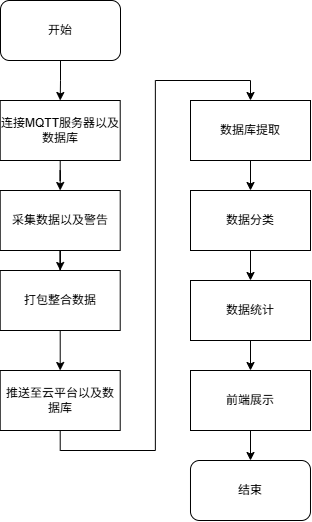
The draw.io diagram 系统上行.drawio.png in niusama2/papper_chart, before a commit. Source tidied: cells renumbered, new cells last; positions are measured from the earlier drawing's top-left corner, leaving out a move shared by most shapes. Source of this version:
```xml
<mxGraphModel background="#ffffff">
  <root>
    <mxCell id="0" />
    <mxCell id="1" parent="0" />
    <mxCell id="2" style="edgeStyle=orthogonalEdgeStyle;rounded=0;jettySize=auto;html=1;exitX=0.5;exitY=1;exitDx=0;exitDy=0;" parent="1" edge="1" source="3" target="5">
      <mxGeometry relative="1" as="geometry" />
    </mxCell>
    <mxCell id="3" value="开始" style="rounded=1;whiteSpace=wrap;html=1;" parent="1" vertex="1">
      <mxGeometry width="120" height="60" as="geometry" />
    </mxCell>
    <mxCell id="4" style="edgeStyle=orthogonalEdgeStyle;rounded=0;jettySize=auto;html=1;exitX=0.5;exitY=1;exitDx=0;exitDy=0;" parent="1" edge="1" source="5" target="7">
      <mxGeometry relative="1" as="geometry" />
    </mxCell>
    <mxCell id="5" value="连接MQTT服务器以及数据库" style="rounded=0;whiteSpace=wrap;html=1;" parent="1" vertex="1">
      <mxGeometry x="-0.3" y="100" width="120" height="60" as="geometry" />
    </mxCell>
    <mxCell id="6" style="edgeStyle=orthogonalEdgeStyle;rounded=0;jettySize=auto;html=1;exitX=0.5;exitY=1;exitDx=0;exitDy=0;" parent="1" edge="1" source="7" target="9">
      <mxGeometry relative="1" as="geometry" />
    </mxCell>
    <mxCell id="7" value="采集数据以及警告" style="rounded=0;whiteSpace=wrap;html=1;" parent="1" vertex="1">
      <mxGeometry x="-0.3" y="190" width="120" height="60" as="geometry" />
    </mxCell>
    <mxCell id="8" style="edgeStyle=orthogonalEdgeStyle;rounded=0;jettySize=auto;html=1;exitX=0.5;exitY=1;exitDx=0;exitDy=0;" parent="1" edge="1" source="9" target="11">
      <mxGeometry relative="1" as="geometry" />
    </mxCell>
    <mxCell id="9" value="打包整合数据" style="rounded=0;whiteSpace=wrap;html=1;" parent="1" vertex="1">
      <mxGeometry x="-0.3" y="270" width="120" height="60" as="geometry" />
    </mxCell>
    <mxCell id="10" style="edgeStyle=orthogonalEdgeStyle;rounded=0;jettySize=auto;html=1;exitX=0.5;exitY=1;exitDx=0;exitDy=0;entryX=0.5;entryY=0;entryDx=0;entryDy=0;" parent="1" edge="1" source="11" target="13">
      <mxGeometry relative="1" as="geometry" />
    </mxCell>
    <mxCell id="11" value="推送至云平台以及数据库" style="rounded=0;whiteSpace=wrap;html=1;" parent="1" vertex="1">
      <mxGeometry x="-0.3" y="370" width="120" height="60" as="geometry" />
    </mxCell>
    <mxCell id="12" style="edgeStyle=orthogonalEdgeStyle;rounded=0;jettySize=auto;html=1;exitX=0.5;exitY=1;exitDx=0;exitDy=0;entryX=0.5;entryY=0;entryDx=0;entryDy=0;" parent="1" edge="1" source="13" target="15">
      <mxGeometry relative="1" as="geometry" />
    </mxCell>
    <mxCell id="13" value="数据库提取" style="rounded=0;whiteSpace=wrap;html=1;" parent="1" vertex="1">
      <mxGeometry x="190" y="100" width="120" height="60" as="geometry" />
    </mxCell>
    <mxCell id="14" style="edgeStyle=orthogonalEdgeStyle;rounded=0;jettySize=auto;html=1;exitX=0.5;exitY=1;exitDx=0;exitDy=0;" parent="1" edge="1" source="15" target="17">
      <mxGeometry relative="1" as="geometry" />
    </mxCell>
    <mxCell id="15" value="数据分类" style="rounded=0;whiteSpace=wrap;html=1;" parent="1" vertex="1">
      <mxGeometry x="190" y="190" width="120" height="60" as="geometry" />
    </mxCell>
    <mxCell id="16" style="edgeStyle=orthogonalEdgeStyle;rounded=0;jettySize=auto;html=1;exitX=0.5;exitY=1;exitDx=0;exitDy=0;" parent="1" edge="1" source="17" target="19">
      <mxGeometry relative="1" as="geometry" />
    </mxCell>
    <mxCell id="17" value="数据统计" style="rounded=0;whiteSpace=wrap;html=1;" parent="1" vertex="1">
      <mxGeometry x="190" y="280" width="120" height="60" as="geometry" />
    </mxCell>
    <mxCell id="18" style="edgeStyle=orthogonalEdgeStyle;rounded=0;jettySize=auto;html=1;exitX=0.5;exitY=1;exitDx=0;exitDy=0;" parent="1" edge="1" source="19" target="20">
      <mxGeometry relative="1" as="geometry" />
    </mxCell>
    <mxCell id="19" value="前端展示" style="rounded=0;whiteSpace=wrap;html=1;" parent="1" vertex="1">
      <mxGeometry x="190" y="370" width="120" height="60" as="geometry" />
    </mxCell>
    <mxCell id="20" value="结束" style="rounded=1;whiteSpace=wrap;html=1;" parent="1" vertex="1">
      <mxGeometry x="190" y="460" width="120" height="60" as="geometry" />
    </mxCell>
  </root>
</mxGraphModel>
```
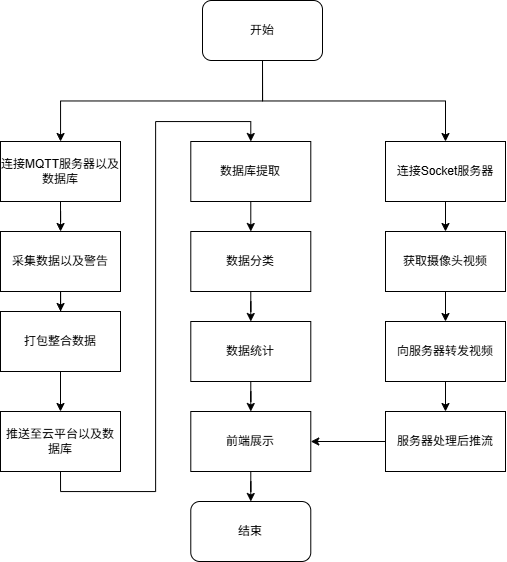
Above is the later version.

Commit message:
更新系统上行.drawio.png

Change to the diagram source:
```diff
@@ -5,8 +5,11 @@
     <mxCell id="2" style="edgeStyle=orthogonalEdgeStyle;rounded=0;jettySize=auto;html=1;exitX=0.5;exitY=1;exitDx=0;exitDy=0;" parent="1" edge="1" source="3" target="5">
       <mxGeometry relative="1" as="geometry" />
     </mxCell>
+    <mxCell id="21" style="edgeStyle=orthogonalEdgeStyle;rounded=0;jettySize=auto;html=1;exitX=0.5;exitY=1;exitDx=0;exitDy=0;" parent="1" edge="1" source="3" target="23">
+      <mxGeometry relative="1" as="geometry" />
+    </mxCell>
     <mxCell id="3" value="开始" style="rounded=1;whiteSpace=wrap;html=1;" parent="1" vertex="1">
-      <mxGeometry width="120" height="60" as="geometry" />
+      <mxGeometry x="201.7" y="-41" width="120" height="60" as="geometry" />
     </mxCell>
     <mxCell id="4" style="edgeStyle=orthogonalEdgeStyle;rounded=0;jettySize=auto;html=1;exitX=0.5;exitY=1;exitDx=0;exitDy=0;" parent="1" edge="1" source="5" target="7">
       <mxGeometry relative="1" as="geometry" />
@@ -59,5 +62,29 @@
     <mxCell id="20" value="结束" style="rounded=1;whiteSpace=wrap;html=1;" parent="1" vertex="1">
       <mxGeometry x="190" y="460" width="120" height="60" as="geometry" />
     </mxCell>
+    <mxCell id="22" style="edgeStyle=orthogonalEdgeStyle;rounded=0;jettySize=auto;html=1;exitX=0.5;exitY=1;exitDx=0;exitDy=0;" parent="1" edge="1" source="23" target="25">
+      <mxGeometry relative="1" as="geometry" />
+    </mxCell>
+    <mxCell id="23" value="连接Socket服务器" style="rounded=0;whiteSpace=wrap;html=1;" parent="1" vertex="1">
+      <mxGeometry x="384.7" y="100" width="120" height="60" as="geometry" />
+    </mxCell>
+    <mxCell id="24" style="edgeStyle=orthogonalEdgeStyle;rounded=0;jettySize=auto;html=1;exitX=0.5;exitY=1;exitDx=0;exitDy=0;" parent="1" edge="1" source="25" target="27">
+      <mxGeometry relative="1" as="geometry" />
+    </mxCell>
+    <mxCell id="25" value="获取摄像头视频" style="rounded=0;whiteSpace=wrap;html=1;" parent="1" vertex="1">
+      <mxGeometry x="384.7" y="190" width="120" height="60" as="geometry" />
+    </mxCell>
+    <mxCell id="26" style="edgeStyle=orthogonalEdgeStyle;rounded=0;jettySize=auto;html=1;exitX=0.5;exitY=1;exitDx=0;exitDy=0;" parent="1" edge="1" source="27" target="29">
+      <mxGeometry relative="1" as="geometry" />
+    </mxCell>
+    <mxCell id="27" value="向服务器转发视频" style="rounded=0;whiteSpace=wrap;html=1;" parent="1" vertex="1">
+      <mxGeometry x="384.7" y="280" width="120" height="60" as="geometry" />
+    </mxCell>
+    <mxCell id="28" style="edgeStyle=orthogonalEdgeStyle;rounded=0;jettySize=auto;html=1;exitX=0;exitY=0.5;exitDx=0;exitDy=0;entryX=1;entryY=0.5;entryDx=0;entryDy=0;" parent="1" edge="1" source="29" target="19">
+      <mxGeometry relative="1" as="geometry" />
+    </mxCell>
+    <mxCell id="29" value="服务器处理后推流" style="rounded=0;whiteSpace=wrap;html=1;" parent="1" vertex="1">
+      <mxGeometry x="384.7" y="370" width="120" height="60" as="geometry" />
+    </mxCell>
   </root>
 </mxGraphModel>
```
